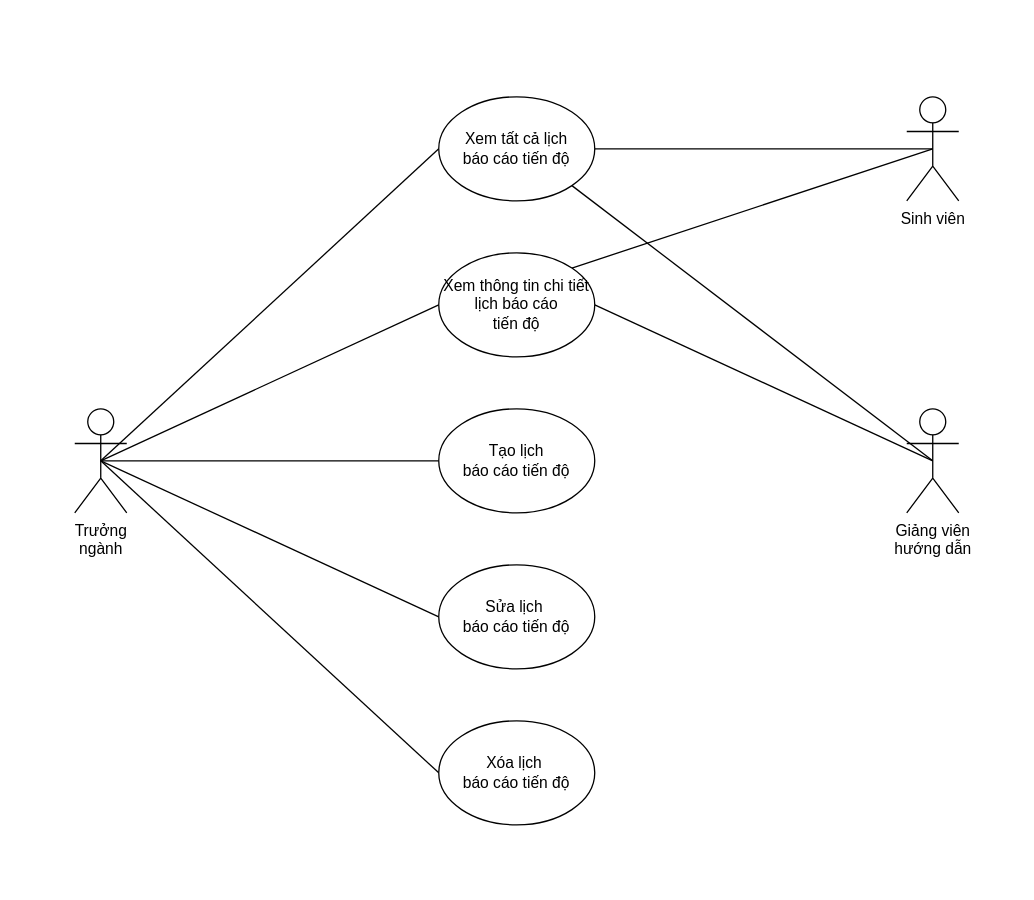
doonpy/grasis keeps this draw.io diagram as page "Quản lý lịch báo cáo tiến độ" (6 of 7) of docs/diagrams/usecase.drawio. Above is the earlier version. Source tidied: cells renumbered, new cells numbered last; positions are measured from the earlier drawing's top-left corner, leaving out a move shared by most shapes. Both pictures are drawn from the tidied source at 130%, with x=0, y=0 at pixel (74, 96).
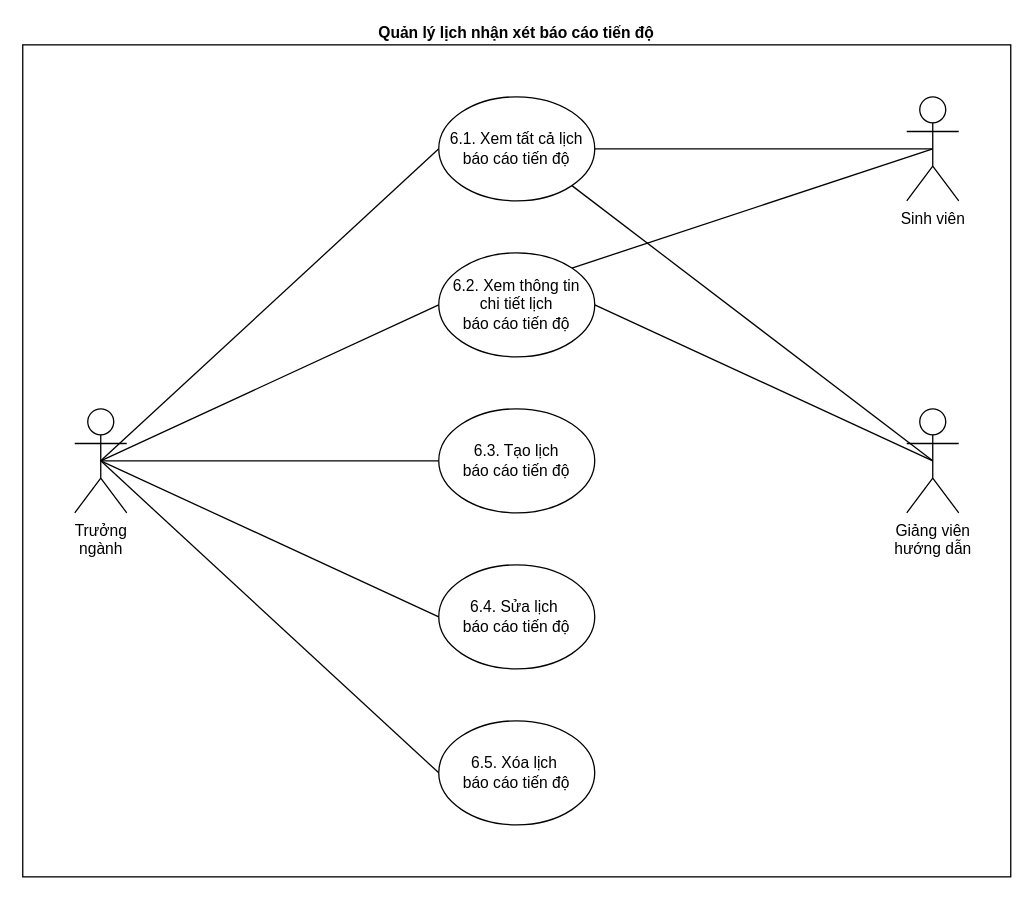
Above is the later version.

Diff of the diagram source:
```diff
@@
 <mxGraphModel>
   <root>
     <mxCell id="0" />
     <mxCell id="1" parent="0" />
+    <mxCell id="19" value="Quản lý lịch nhận xét báo cáo tiến độ" style="whiteSpace=wrap;html=1;align=center;labelPosition=center;verticalLabelPosition=top;verticalAlign=bottom;fontStyle=1;" parent="1" vertex="1">
+      <mxGeometry x="-40" y="-40" width="760" height="640" as="geometry" />
+    </mxCell>
     <mxCell id="2" style="edgeStyle=none;rounded=0;jettySize=auto;html=1;exitX=0.5;exitY=0.5;exitDx=0;exitDy=0;exitPerimeter=0;entryX=0;entryY=0.5;entryDx=0;entryDy=0;endArrow=none;endFill=0;" parent="1" edge="1" source="6" target="15">
       <mxGeometry relative="1" as="geometry" />
     </mxCell>
     <mxCell id="3" style="edgeStyle=none;rounded=0;jettySize=auto;html=1;exitX=0.5;exitY=0.5;exitDx=0;exitDy=0;exitPerimeter=0;entryX=0;entryY=0.5;entryDx=0;entryDy=0;endArrow=none;endFill=0;" parent="1" edge="1" source="6" target="16">
       <mxGeometry relative="1" as="geometry" />
     </mxCell>
     <mxCell id="4" style="edgeStyle=none;rounded=0;jettySize=auto;html=1;exitX=0.5;exitY=0.5;exitDx=0;exitDy=0;exitPerimeter=0;entryX=0;entryY=0.5;entryDx=0;entryDy=0;endArrow=none;endFill=0;" parent="1" edge="1" source="6" target="17">
       <mxGeometry relative="1" as="geometry" />
     </mxCell>
     <mxCell id="5" style="edgeStyle=none;rounded=0;jettySize=auto;html=1;exitX=0.5;exitY=0.5;exitDx=0;exitDy=0;exitPerimeter=0;entryX=0;entryY=0.5;entryDx=0;entryDy=0;endArrow=none;endFill=0;" parent="1" edge="1" source="6" target="18">
       <mxGeometry relative="1" as="geometry" />
     </mxCell>
     <mxCell id="6" value="Trưởng&lt;br&gt;ngành" style="shape=umlActor;verticalLabelPosition=bottom;verticalAlign=top;html=1;outlineConnect=0;" parent="1" vertex="1">
       <mxGeometry y="240" width="40" height="80" as="geometry" />
     </mxCell>
     <mxCell id="7" value="Sinh viên" style="shape=umlActor;verticalLabelPosition=bottom;verticalAlign=top;html=1;outlineConnect=0;" parent="1" vertex="1">
       <mxGeometry x="640" width="40" height="80" as="geometry" />
     </mxCell>
     <mxCell id="8" style="edgeStyle=none;rounded=0;jettySize=auto;html=1;exitX=0.5;exitY=0.5;exitDx=0;exitDy=0;exitPerimeter=0;entryX=1;entryY=1;entryDx=0;entryDy=0;endArrow=none;endFill=0;" parent="1" edge="1" source="9" target="12">
       <mxGeometry relative="1" as="geometry" />
     </mxCell>
     <mxCell id="9" value="Giảng viên&lt;br&gt;hướng dẫn" style="shape=umlActor;verticalLabelPosition=bottom;verticalAlign=top;html=1;outlineConnect=0;" parent="1" vertex="1">
       <mxGeometry x="640" y="240" width="40" height="80" as="geometry" />
     </mxCell>
     <mxCell id="10" style="edgeStyle=none;rounded=0;jettySize=auto;html=1;exitX=0;exitY=0.5;exitDx=0;exitDy=0;entryX=0.5;entryY=0.5;entryDx=0;entryDy=0;entryPerimeter=0;endArrow=none;endFill=0;" parent="1" edge="1" source="12" target="6">
       <mxGeometry relative="1" as="geometry" />
     </mxCell>
     <mxCell id="11" style="edgeStyle=none;rounded=0;jettySize=auto;html=1;exitX=1;exitY=0.5;exitDx=0;exitDy=0;entryX=0.5;entryY=0.5;entryDx=0;entryDy=0;entryPerimeter=0;endArrow=none;endFill=0;" parent="1" edge="1" source="12" target="7">
       <mxGeometry relative="1" as="geometry" />
     </mxCell>
-    <mxCell id="12" value="Xem tất cả lịch&lt;br&gt;báo cáo tiến độ" style="ellipse;whiteSpace=wrap;html=1;" parent="1" vertex="1">
+    <mxCell id="12" value="6.1. Xem tất cả lịch&lt;br&gt;báo cáo tiến độ" style="ellipse;whiteSpace=wrap;html=1;" parent="1" vertex="1">
       <mxGeometry x="280" width="120" height="80" as="geometry" />
     </mxCell>
     <mxCell id="13" style="edgeStyle=none;rounded=0;jettySize=auto;html=1;exitX=1;exitY=0.5;exitDx=0;exitDy=0;entryX=0.5;entryY=0.5;entryDx=0;entryDy=0;entryPerimeter=0;endArrow=none;endFill=0;" parent="1" edge="1" source="15" target="9">
       <mxGeometry relative="1" as="geometry" />
     </mxCell>
     <mxCell id="14" style="edgeStyle=none;rounded=0;jettySize=auto;html=1;exitX=1;exitY=0;exitDx=0;exitDy=0;entryX=0.5;entryY=0.5;entryDx=0;entryDy=0;entryPerimeter=0;endArrow=none;endFill=0;" parent="1" edge="1" source="15" target="7">
       <mxGeometry relative="1" as="geometry" />
     </mxCell>
-    <mxCell id="15" value="Xem thông tin chi tiết lịch báo cáo&lt;br&gt;tiến độ" style="ellipse;whiteSpace=wrap;html=1;" parent="1" vertex="1">
+    <mxCell id="15" value="6.2. Xem thông tin&lt;br&gt;chi tiết lịch&lt;br&gt;báo cáo tiến độ" style="ellipse;whiteSpace=wrap;html=1;" parent="1" vertex="1">
       <mxGeometry x="280" y="120" width="120" height="80" as="geometry" />
     </mxCell>
-    <mxCell id="16" value="Tạo lịch&lt;br&gt;báo cáo tiến độ" style="ellipse;whiteSpace=wrap;html=1;" parent="1" vertex="1">
+    <mxCell id="16" value="6.3. Tạo lịch&lt;br&gt;báo cáo tiến độ" style="ellipse;whiteSpace=wrap;html=1;" parent="1" vertex="1">
       <mxGeometry x="280" y="240" width="120" height="80" as="geometry" />
     </mxCell>
-    <mxCell id="17" value="Sửa lịch&amp;nbsp;&lt;br&gt;báo cáo tiến độ" style="ellipse;whiteSpace=wrap;html=1;" parent="1" vertex="1">
+    <mxCell id="17" value="6.4. Sửa lịch&amp;nbsp;&lt;br&gt;báo cáo tiến độ" style="ellipse;whiteSpace=wrap;html=1;" parent="1" vertex="1">
       <mxGeometry x="280" y="360" width="120" height="80" as="geometry" />
     </mxCell>
-    <mxCell id="18" value="Xóa lịch&amp;nbsp;&lt;br&gt;báo cáo tiến độ" style="ellipse;whiteSpace=wrap;html=1;" parent="1" vertex="1">
+    <mxCell id="18" value="6.5. Xóa lịch&amp;nbsp;&lt;br&gt;báo cáo tiến độ" style="ellipse;whiteSpace=wrap;html=1;" parent="1" vertex="1">
       <mxGeometry x="280" y="480" width="120" height="80" as="geometry" />
     </mxCell>
   </root>
 </mxGraphModel>
```
